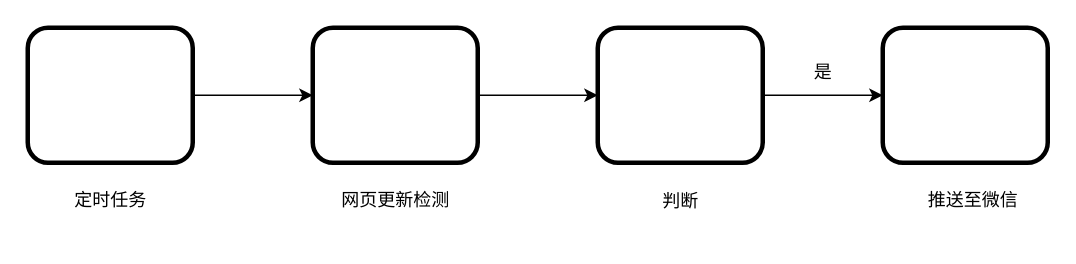
Above: flow.drawio in hellocym/Flow_Illustrations (draw.io), before the change. Source tidied: cells renumbered, new cells numbered last; positions are measured from the earlier drawing's top-left corner, leaving out a move shared by most shapes. Both pictures are drawn from the tidied source at 150%, with x=0, y=0 at pixel (27, 27). Pictures stored in the file or linked from it are replaced by grey dashed boxes.
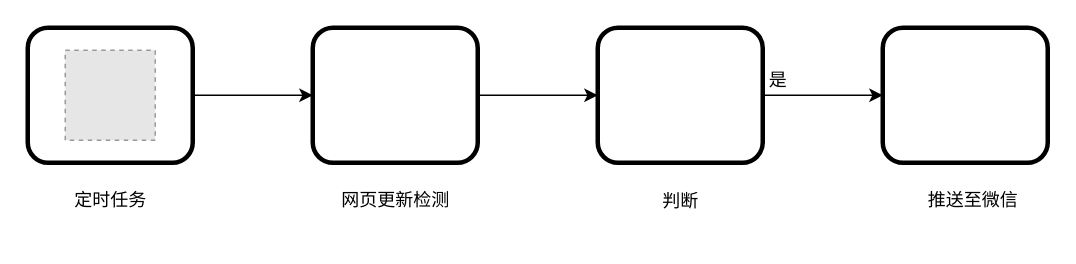
After the change.

Diff of the diagram source:
```diff
@@
 <mxGraphModel>
   <root>
     <mxCell id="0" />
     <mxCell id="1" parent="0" />
     <mxCell id="2" style="edgeStyle=orthogonalEdgeStyle;rounded=0;jettySize=auto;html=1;" parent="1" edge="1" source="3" target="6">
       <mxGeometry relative="1" as="geometry" />
     </mxCell>
-    <mxCell id="3" value="&lt;p style=&quot;margin: 0px; margin-left: 8px;&quot;&gt;&lt;br&gt;&lt;/p&gt;" style="verticalAlign=middle;align=center;overflow=fill;fontSize=12;fontFamily=Helvetica;html=1;rounded=1;fontStyle=1;strokeWidth=3;fillColor=none;" parent="1" vertex="1">
+    <mxCell id="3" value="&lt;p style=&quot;margin: 0px; margin-left: 8px;&quot;&gt;&lt;br&gt;&lt;/p&gt;" style="verticalAlign=middle;align=center;overflow=fill;fontSize=12;fontFamily=Helvetica;html=1;rounded=1;fontStyle=1;strokeWidth=3;fillColor=none;strokeColor=#000000;" parent="1" vertex="1">
       <mxGeometry width="110" height="90" as="geometry" />
     </mxCell>
     <mxCell id="4" value="定时任务" style="text;html=1;align=center;verticalAlign=middle;strokeColor=none;fillColor=none;" parent="1" vertex="1">
       <mxGeometry x="20" y="100" width="70" height="30" as="geometry" />
     </mxCell>
     <mxCell id="5" style="edgeStyle=orthogonalEdgeStyle;rounded=0;jettySize=auto;html=1;" parent="1" edge="1" source="6" target="9">
       <mxGeometry relative="1" as="geometry" />
     </mxCell>
     <mxCell id="6" value="&lt;p style=&quot;margin: 0px; margin-left: 8px;&quot;&gt;&lt;br&gt;&lt;/p&gt;" style="verticalAlign=middle;align=center;overflow=fill;fontSize=12;fontFamily=Helvetica;html=1;rounded=1;fontStyle=1;strokeWidth=3;fillColor=none;" parent="1" vertex="1">
       <mxGeometry x="190" width="110" height="90" as="geometry" />
     </mxCell>
     <mxCell id="7" value="网页更新检测" style="text;html=1;align=center;verticalAlign=middle;strokeColor=none;fillColor=none;" parent="1" vertex="1">
       <mxGeometry x="195" y="100" width="100" height="30" as="geometry" />
     </mxCell>
     <mxCell id="8" style="edgeStyle=orthogonalEdgeStyle;curved=1;jettySize=auto;html=1;" parent="1" edge="1" source="9" target="11">
       <mxGeometry relative="1" as="geometry" />
     </mxCell>
     <mxCell id="9" value="&lt;p style=&quot;margin: 0px; margin-left: 8px;&quot;&gt;&lt;br&gt;&lt;/p&gt;" style="verticalAlign=middle;align=center;overflow=fill;fontSize=12;fontFamily=Helvetica;html=1;rounded=1;fontStyle=1;strokeWidth=3;fillColor=none;" parent="1" vertex="1">
       <mxGeometry x="380" width="110" height="90" as="geometry" />
     </mxCell>
     <mxCell id="10" value="&lt;p style=&quot;line-height: 100%;&quot;&gt;判断&lt;br&gt;&lt;/p&gt;" style="text;html=1;align=center;verticalAlign=middle;strokeColor=none;fillColor=none;" parent="1" vertex="1">
       <mxGeometry x="410" y="90" width="50" height="50" as="geometry" />
     </mxCell>
     <mxCell id="11" value="&lt;p style=&quot;margin: 0px; margin-left: 8px;&quot;&gt;&lt;br&gt;&lt;/p&gt;" style="verticalAlign=middle;align=center;overflow=fill;fontSize=12;fontFamily=Helvetica;html=1;rounded=1;fontStyle=1;strokeWidth=3;fillColor=none;" parent="1" vertex="1">
       <mxGeometry x="570" width="110" height="90" as="geometry" />
     </mxCell>
     <mxCell id="12" value="是" style="text;html=1;align=center;verticalAlign=middle;strokeColor=none;fillColor=none;" parent="1" vertex="1">
-      <mxGeometry x="510" y="15" width="40" height="30" as="geometry" />
+      <mxGeometry x="480" y="20" width="40" height="30" as="geometry" />
     </mxCell>
     <mxCell id="13" value="推送至微信" style="text;html=1;align=center;verticalAlign=middle;strokeColor=none;fillColor=none;" parent="1" vertex="1">
       <mxGeometry x="590" y="100" width="80" height="30" as="geometry" />
     </mxCell>
+    <mxCell id="14" style="fillColor=#E6E6E6;strokeColor=#999999;dashed=1;verticalLabelPosition=bottom;verticalAlign=top;" parent="1" vertex="1">
+      <mxGeometry x="25" y="15" width="60" height="60" as="geometry" />
+    </mxCell>
   </root>
 </mxGraphModel>
```
